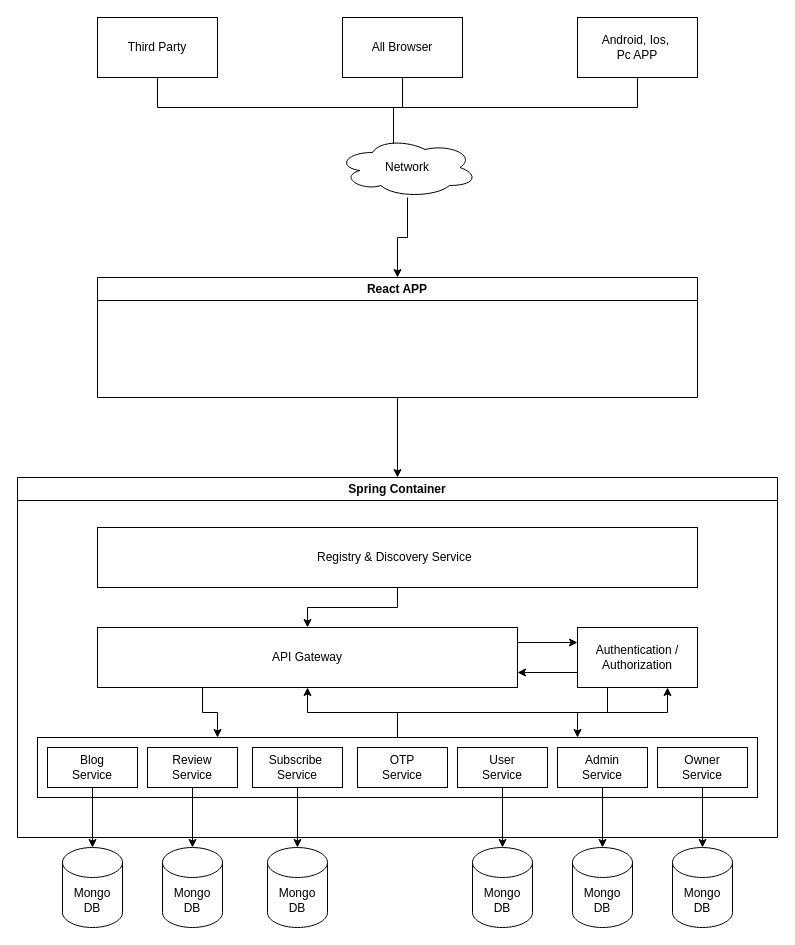
Before: Untitled Diagram.drawio in JavaCoderSubham/Blog-Backend, a draw.io diagram. Source tidied: cells renumbered, new cells numbered last; positions are measured from the earlier drawing's top-left corner, leaving out a move shared by most shapes. Both pictures are drawn from the tidied source at 100%, with x=0, y=0 at pixel (17, 17).
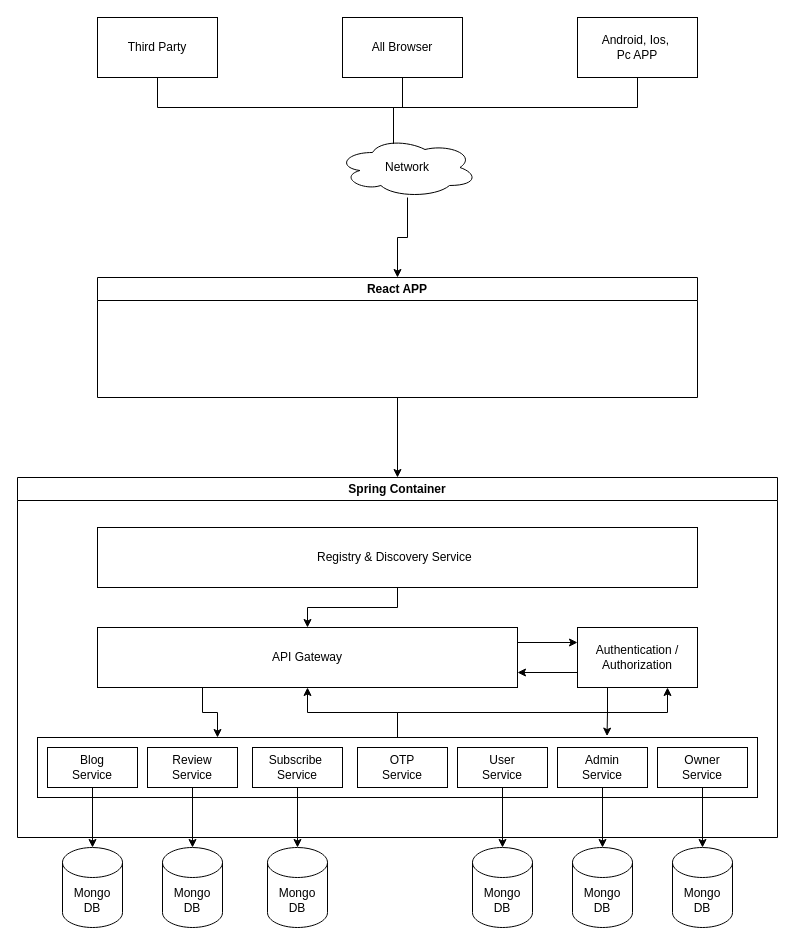
The same diagram, later.

Unchanged cells that the change refers to:
```xml
<mxCell id="12" value="Spring Container" style="swimlane;whiteSpace=wrap;html=1;" parent="1" vertex="1">
  <mxGeometry y="460" width="760" height="360" as="geometry" />
</mxCell>
<mxCell id="20" value="Authentication /&lt;br&gt;Authorization" style="rounded=0;whiteSpace=wrap;html=1;" parent="12" vertex="1">
  <mxGeometry x="560" y="150" width="120" height="60" as="geometry" />
</mxCell>
<mxCell id="23" style="rounded=0;whiteSpace=wrap;html=1;" parent="12" vertex="1">
  <mxGeometry x="20" y="260" width="720" height="60" as="geometry" />
</mxCell>
```

The edit, as a diff of the source:
```diff
@@
-    <mxCell id="19" style="edgeStyle=orthogonalEdgeStyle;rounded=0;jettySize=auto;html=1;exitX=0.25;exitY=1;exitDx=0;exitDy=0;entryX=0.75;entryY=0;entryDx=0;entryDy=0;" parent="12" edge="1" source="20" target="23">
+    <mxCell id="19" style="edgeStyle=orthogonalEdgeStyle;rounded=0;jettySize=auto;html=1;exitX=0.25;exitY=1;exitDx=0;exitDy=0;entryX=0.791;entryY=-0.023;entryDx=0;entryDy=0;entryPerimeter=0;" parent="12" edge="1" source="20" target="23">
       <mxGeometry relative="1" as="geometry" />
     </mxCell>
```
